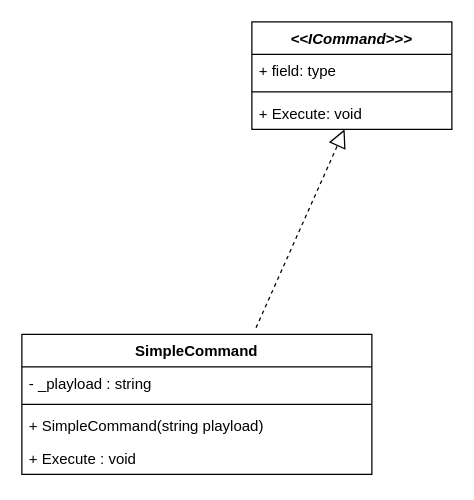
QAQSly/QAQSly keeps this draw.io diagram as Command.drawio. Above is the earlier version. Source tidied: cells renumbered, new cells numbered last; positions are measured from the earlier drawing's top-left corner, leaving out a move shared by most shapes. Both pictures are drawn from the tidied source at 125%, with x=0, y=0 at pixel (21, 21).
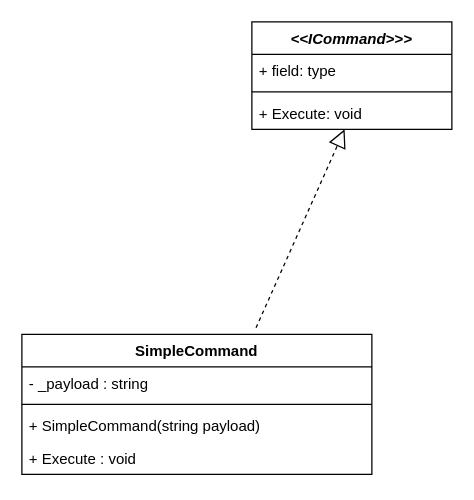
The same diagram, later.

Diff of the diagram source:
```diff
@@
 <mxGraphModel>
   <root>
     <mxCell id="0" />
     <mxCell id="1" parent="0" />
     <mxCell id="2" value="&lt;i&gt;&amp;lt;&amp;lt;ICommand&amp;gt;&amp;gt;&amp;gt;&lt;/i&gt;" style="swimlane;fontStyle=1;align=center;verticalAlign=top;horizontal=1;startSize=26;whiteSpace=wrap;html=1;" parent="1" vertex="1">
       <mxGeometry x="184" width="160" height="86" as="geometry" />
     </mxCell>
     <mxCell id="3" value="+ field: type" style="text;strokeColor=none;fillColor=none;align=left;verticalAlign=top;spacingLeft=4;spacingRight=4;overflow=hidden;whiteSpace=wrap;html=1;" parent="2" vertex="1">
       <mxGeometry y="26" width="160" height="26" as="geometry" />
     </mxCell>
     <mxCell id="4" style="line;strokeWidth=1;fillColor=none;align=left;verticalAlign=middle;spacingTop=-1;spacingLeft=3;spacingRight=3;labelPosition=right;strokeColor=inherit;" parent="2" vertex="1">
       <mxGeometry y="52" width="160" height="8" as="geometry" />
     </mxCell>
     <mxCell id="5" value="+ Execute: void" style="text;strokeColor=none;fillColor=none;align=left;verticalAlign=top;spacingLeft=4;spacingRight=4;overflow=hidden;points=[[0,0.5],[1,0.5]];portConstraint=eastwest;whiteSpace=wrap;html=1;" parent="2" vertex="1">
       <mxGeometry y="60" width="160" height="26" as="geometry" />
     </mxCell>
     <mxCell id="6" value="SimpleCommand&lt;div&gt;&lt;br&gt;&lt;/div&gt;" style="swimlane;fontStyle=1;align=center;verticalAlign=top;horizontal=1;startSize=26;whiteSpace=wrap;html=1;" parent="1" vertex="1">
       <mxGeometry y="250" width="280" height="112" as="geometry" />
     </mxCell>
-    <mxCell id="7" value="- _playload : string" style="text;strokeColor=none;fillColor=none;align=left;verticalAlign=top;spacingLeft=4;spacingRight=4;overflow=hidden;whiteSpace=wrap;html=1;" parent="6" vertex="1">
+    <mxCell id="7" value="- _payload : string" style="text;strokeColor=none;fillColor=none;align=left;verticalAlign=top;spacingLeft=4;spacingRight=4;overflow=hidden;whiteSpace=wrap;html=1;" parent="6" vertex="1">
       <mxGeometry y="26" width="280" height="26" as="geometry" />
     </mxCell>
     <mxCell id="8" style="line;strokeWidth=1;fillColor=none;align=left;verticalAlign=middle;spacingTop=-1;spacingLeft=3;spacingRight=3;labelPosition=right;strokeColor=inherit;" parent="6" vertex="1">
       <mxGeometry y="52" width="280" height="8" as="geometry" />
     </mxCell>
-    <mxCell id="9" value="+ SimpleCommand(string playload)&amp;nbsp;" style="text;strokeColor=none;fillColor=none;align=left;verticalAlign=top;spacingLeft=4;spacingRight=4;overflow=hidden;whiteSpace=wrap;html=1;" parent="6" vertex="1">
+    <mxCell id="9" value="+ SimpleCommand(string payload)&amp;nbsp;" style="text;strokeColor=none;fillColor=none;align=left;verticalAlign=top;spacingLeft=4;spacingRight=4;overflow=hidden;whiteSpace=wrap;html=1;" parent="6" vertex="1">
       <mxGeometry y="60" width="280" height="26" as="geometry" />
     </mxCell>
     <mxCell id="10" value="+ Execute : void" style="text;strokeColor=none;fillColor=none;align=left;verticalAlign=top;spacingLeft=4;spacingRight=4;overflow=hidden;whiteSpace=wrap;html=1;" parent="6" vertex="1">
       <mxGeometry y="86" width="280" height="26" as="geometry" />
     </mxCell>
     <mxCell id="11" style="endArrow=block;dashed=1;endFill=0;endSize=12;html=1;rounded=0;exitX=0.669;exitY=-0.047;exitDx=0;exitDy=0;exitPerimeter=0;" parent="1" edge="1" source="6" target="5">
       <mxGeometry relative="1" as="geometry" />
     </mxCell>
   </root>
 </mxGraphModel>
```
